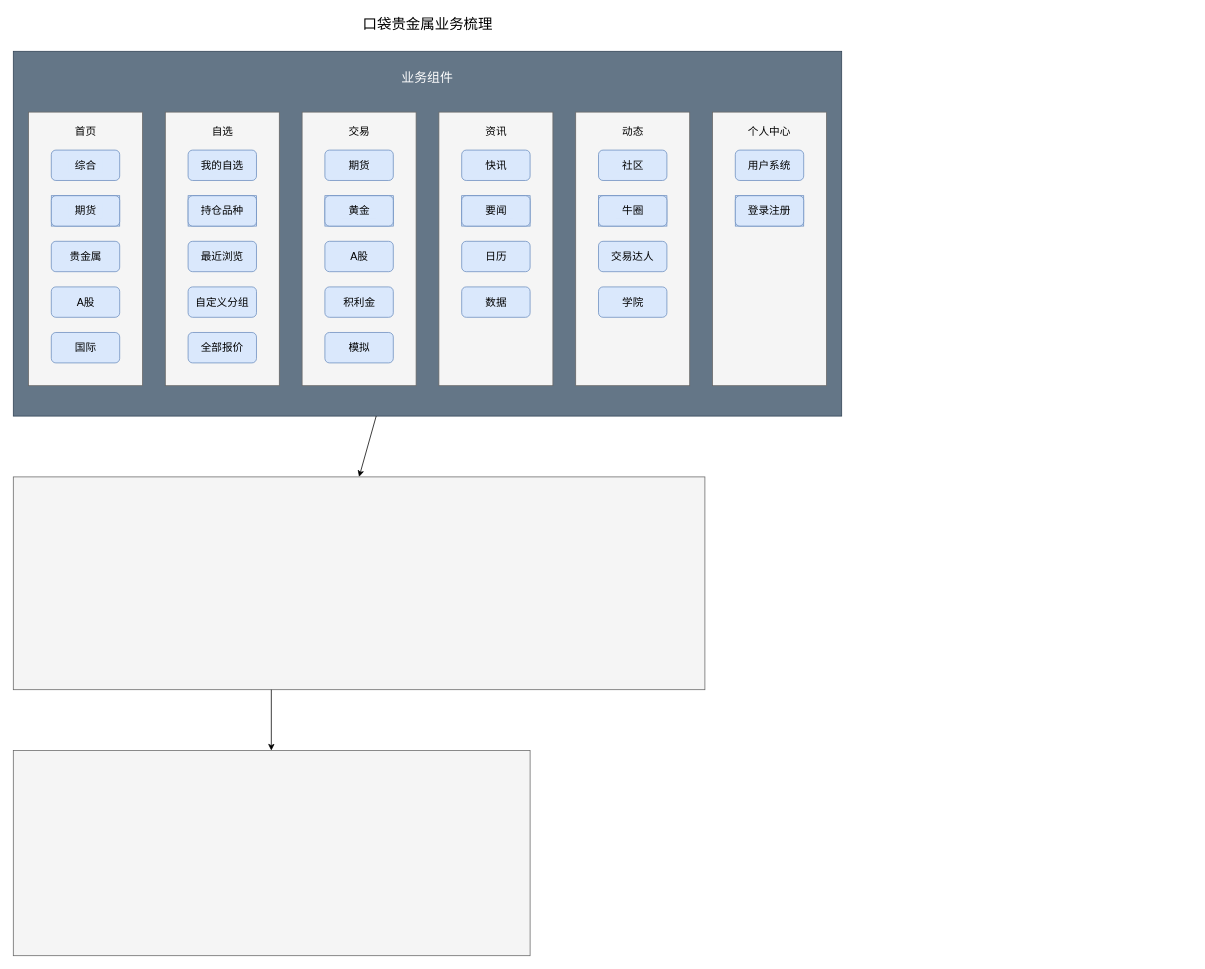
The draw.io diagram 口袋贵金属业务梳理.drawio in CY-0227/YC_Binary_Config, before the edit. Source tidied: cells renumbered, new cells numbered last; positions are measured from the earlier drawing's top-left corner, leaving out a move shared by most shapes. Both pictures are drawn from the tidied source at 76%, with x=0, y=0 at pixel (13, 13).
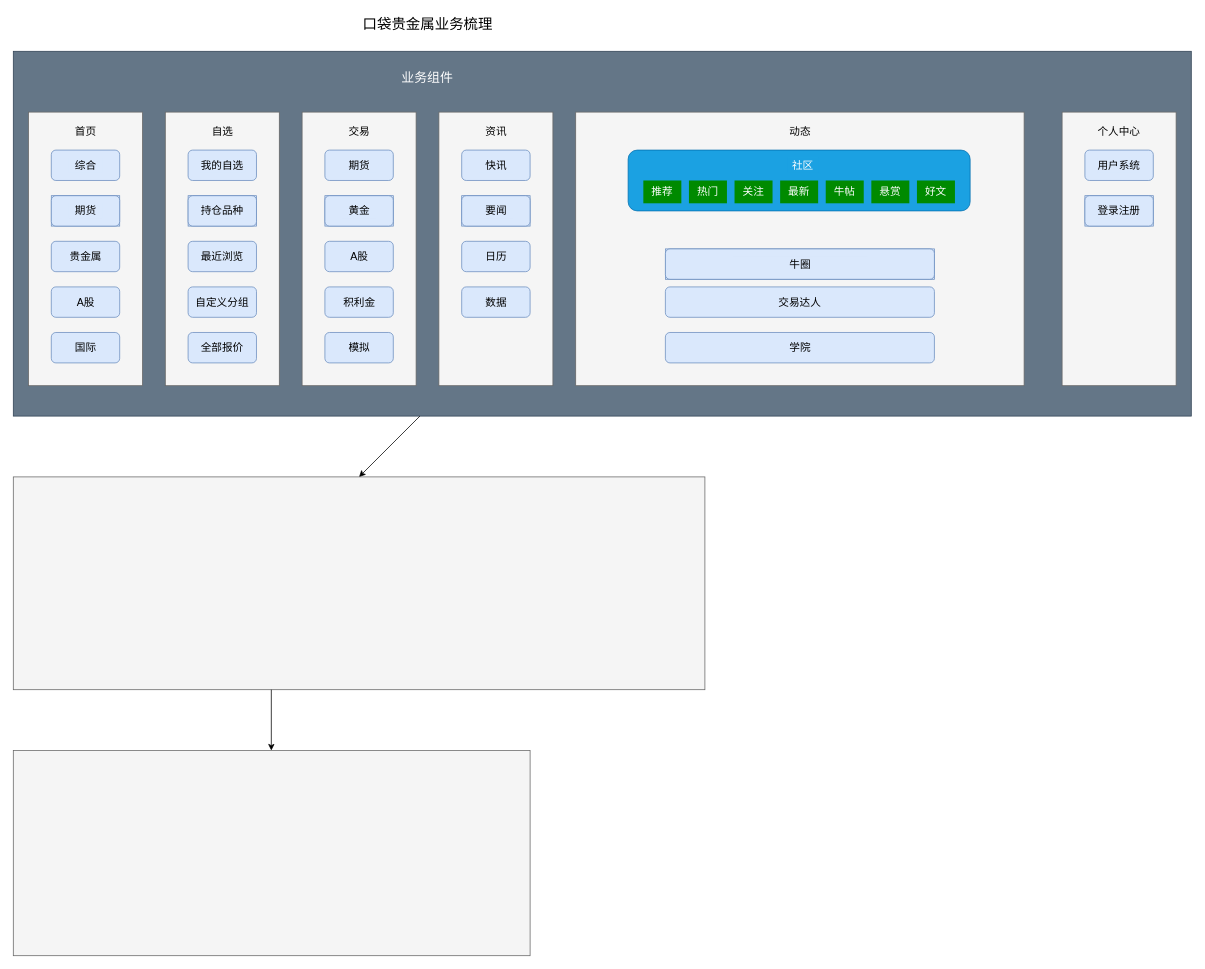
The same diagram, later.

Commit message (it also covers changes not shown here):
更新口袋贵金属业务梳理.drawio

Change to the diagram source:
```diff
@@
     <mxCell id="2" style="rounded=0;whiteSpace=wrap;html=1;fillColor=#647687;strokeColor=#314354;fontColor=#ffffff;" parent="1" vertex="1">
-      <mxGeometry y="50" width="1090" height="480" as="geometry" />
+      <mxGeometry y="50" width="1550" height="480" as="geometry" />
     </mxCell>
@@
     <mxCell id="79" style="group;" parent="1" vertex="1">
-      <mxGeometry x="740" y="130" width="150" height="360" as="geometry" />
+      <mxGeometry x="740" y="130" width="590" height="360" as="geometry" />
     </mxCell>
     <mxCell id="80" style="rounded=0;whiteSpace=wrap;html=1;fontSize=17;fontColor=#333333;fillColor=#f5f5f5;strokeColor=#666666;" parent="79" vertex="1">
-      <mxGeometry width="150" height="360" as="geometry" />
+      <mxGeometry width="590" height="360" as="geometry" />
     </mxCell>
     <mxCell id="81" value="&lt;font style=&quot;font-size: 14px&quot;&gt;动态&lt;/font&gt;" style="text;html=1;strokeColor=none;fillColor=none;align=center;verticalAlign=middle;whiteSpace=wrap;rounded=0;fontSize=17;fontColor=#000000;" parent="79" vertex="1">
-      <mxGeometry x="52.5" y="10" width="45" height="30" as="geometry" />
+      <mxGeometry x="206.5" y="10" width="177" height="30" as="geometry" />
     </mxCell>
+    <mxCell id="91" style="group;" parent="79" vertex="1">
+      <mxGeometry x="118" y="290" width="354" height="40" as="geometry" />
+    </mxCell>
+    <mxCell id="92" style="rounded=1;whiteSpace=wrap;html=1;fontSize=14;fillColor=#dae8fc;strokeColor=#6c8ebf;" parent="91" vertex="1">
+      <mxGeometry width="354" height="40" as="geometry" />
+    </mxCell>
+    <mxCell id="93" value="学院" style="text;html=1;strokeColor=none;fillColor=none;align=center;verticalAlign=middle;whiteSpace=wrap;rounded=0;fontSize=14;fontColor=#000000;" parent="91" vertex="1">
+      <mxGeometry x="88.5" y="10" width="177" height="20" as="geometry" />
+    </mxCell>
+    <mxCell id="88" style="group;" parent="79" vertex="1">
+      <mxGeometry x="118" y="230" width="354" height="40" as="geometry" />
+    </mxCell>
+    <mxCell id="89" style="rounded=1;whiteSpace=wrap;html=1;fontSize=14;fillColor=#dae8fc;strokeColor=#6c8ebf;" parent="88" vertex="1">
+      <mxGeometry width="354" height="40" as="geometry" />
+    </mxCell>
+    <mxCell id="90" value="交易达人" style="text;html=1;strokeColor=none;fillColor=none;align=center;verticalAlign=middle;whiteSpace=wrap;rounded=0;fontSize=14;fontColor=#000000;" parent="88" vertex="1">
+      <mxGeometry x="44.3" y="10" width="265.5" height="20" as="geometry" />
+    </mxCell>
+    <mxCell id="85" style="group;fillColor=#dae8fc;strokeColor=#6c8ebf;gradientColor=none;rounded=0;glass=0;" parent="79" vertex="1">
+      <mxGeometry x="118" y="180" width="354" height="40" as="geometry" />
+    </mxCell>
+    <mxCell id="86" style="rounded=1;whiteSpace=wrap;html=1;fontSize=14;fillColor=#dae8fc;strokeColor=#6c8ebf;" parent="85" vertex="1">
+      <mxGeometry width="354" height="40" as="geometry" />
+    </mxCell>
+    <mxCell id="87" value="牛圈" style="text;html=1;strokeColor=none;fillColor=#dae8fc;align=center;verticalAlign=middle;whiteSpace=wrap;rounded=0;fontSize=14;" parent="85" vertex="1">
+      <mxGeometry x="88.5" y="10" width="177" height="20" as="geometry" />
+    </mxCell>
     <mxCell id="82" style="group;" parent="79" vertex="1">
-      <mxGeometry x="30" y="50" width="90" height="40" as="geometry" />
+      <mxGeometry x="69" y="50" width="452" height="80" as="geometry" />
     </mxCell>
-    <mxCell id="83" style="rounded=1;whiteSpace=wrap;html=1;fontSize=14;fillColor=#dae8fc;strokeColor=#6c8ebf;" parent="82" vertex="1">
-      <mxGeometry width="90" height="40" as="geometry" />
+    <mxCell id="83" style="rounded=1;whiteSpace=wrap;html=1;fontSize=14;fillColor=#1ba1e2;strokeColor=#006EAF;fontColor=#ffffff;" parent="82" vertex="1">
+      <mxGeometry width="450" height="80" as="geometry" />
     </mxCell>
-    <mxCell id="84" value="社区" style="text;html=1;strokeColor=none;fillColor=#dae8fc;align=center;verticalAlign=middle;whiteSpace=wrap;rounded=0;fontSize=14;" parent="82" vertex="1">
-      <mxGeometry x="22.5" y="10" width="45" height="20" as="geometry" />
+    <mxCell id="84" value="社区" style="text;html=1;strokeColor=none;fillColor=#1ba1e2;align=center;verticalAlign=middle;whiteSpace=wrap;rounded=0;fontSize=14;fontColor=#ffffff;spacing=0;" parent="82" vertex="1">
+      <mxGeometry x="210" y="10" width="40" height="20" as="geometry" />
     </mxCell>
-    <mxCell id="85" style="group;fillColor=#dae8fc;strokeColor=#6c8ebf;gradientColor=none;rounded=0;glass=0;" parent="79" vertex="1">
-      <mxGeometry x="30" y="110" width="90" height="40" as="geometry" />
-    </mxCell>
-    <mxCell id="86" style="rounded=1;whiteSpace=wrap;html=1;fontSize=14;fillColor=#dae8fc;strokeColor=#6c8ebf;" parent="85" vertex="1">
-      <mxGeometry width="90" height="40" as="geometry" />
-    </mxCell>
-    <mxCell id="87" value="牛圈" style="text;html=1;strokeColor=none;fillColor=#dae8fc;align=center;verticalAlign=middle;whiteSpace=wrap;rounded=0;fontSize=14;" parent="85" vertex="1">
-      <mxGeometry x="22.5" y="10" width="45" height="20" as="geometry" />
-    </mxCell>
-    <mxCell id="88" style="group;" parent="79" vertex="1">
-      <mxGeometry x="30" y="170" width="90" height="40" as="geometry" />
-    </mxCell>
-    <mxCell id="89" style="rounded=1;whiteSpace=wrap;html=1;fontSize=14;fillColor=#dae8fc;strokeColor=#6c8ebf;" parent="88" vertex="1">
-      <mxGeometry width="90" height="40" as="geometry" />
-    </mxCell>
-    <mxCell id="90" value="交易达人" style="text;html=1;strokeColor=none;fillColor=none;align=center;verticalAlign=middle;whiteSpace=wrap;rounded=0;fontSize=14;fontColor=#000000;" parent="88" vertex="1">
-      <mxGeometry x="11.2" y="10" width="67.5" height="20" as="geometry" />
-    </mxCell>
-    <mxCell id="91" style="group;" parent="79" vertex="1">
-      <mxGeometry x="30" y="230" width="90" height="40" as="geometry" />
-    </mxCell>
-    <mxCell id="92" style="rounded=1;whiteSpace=wrap;html=1;fontSize=14;fillColor=#dae8fc;strokeColor=#6c8ebf;" parent="91" vertex="1">
-      <mxGeometry width="90" height="40" as="geometry" />
-    </mxCell>
-    <mxCell id="93" value="学院" style="text;html=1;strokeColor=none;fillColor=none;align=center;verticalAlign=middle;whiteSpace=wrap;rounded=0;fontSize=14;fontColor=#000000;" parent="91" vertex="1">
-      <mxGeometry x="22.5" y="10" width="45" height="20" as="geometry" />
-    </mxCell>
+    <mxCell id="103" value="推荐" style="text;html=1;strokeColor=none;fillColor=#008a00;align=center;verticalAlign=middle;whiteSpace=wrap;rounded=0;glass=0;fontSize=14;fontColor=#ffffff;" parent="82" vertex="1">
+      <mxGeometry x="20" y="40" width="50" height="30" as="geometry" />
+    </mxCell>
+    <mxCell id="104" value="热门" style="text;html=1;strokeColor=none;fillColor=#008a00;align=center;verticalAlign=middle;whiteSpace=wrap;rounded=0;glass=0;fontSize=14;fontColor=#ffffff;" parent="82" vertex="1">
+      <mxGeometry x="80" y="40" width="50" height="30" as="geometry" />
+    </mxCell>
+    <mxCell id="105" value="关注" style="text;html=1;strokeColor=none;fillColor=#008a00;align=center;verticalAlign=middle;whiteSpace=wrap;rounded=0;glass=0;fontSize=14;fontColor=#ffffff;" parent="82" vertex="1">
+      <mxGeometry x="140" y="40" width="50" height="30" as="geometry" />
+    </mxCell>
+    <mxCell id="106" value="最新" style="text;html=1;strokeColor=none;fillColor=#008a00;align=center;verticalAlign=middle;whiteSpace=wrap;rounded=0;glass=0;fontSize=14;fontColor=#ffffff;" parent="82" vertex="1">
+      <mxGeometry x="200" y="40" width="50" height="30" as="geometry" />
+    </mxCell>
+    <mxCell id="107" value="牛帖" style="text;html=1;strokeColor=none;fillColor=#008a00;align=center;verticalAlign=middle;whiteSpace=wrap;rounded=0;glass=0;fontSize=14;fontColor=#ffffff;" parent="82" vertex="1">
+      <mxGeometry x="260" y="40" width="50" height="30" as="geometry" />
+    </mxCell>
+    <mxCell id="108" value="悬赏" style="text;html=1;strokeColor=none;fillColor=#008a00;align=center;verticalAlign=middle;whiteSpace=wrap;rounded=0;glass=0;fontSize=14;fontColor=#ffffff;" parent="82" vertex="1">
+      <mxGeometry x="320" y="40" width="50" height="30" as="geometry" />
+    </mxCell>
+    <mxCell id="109" value="好文" style="text;html=1;strokeColor=none;fillColor=#008a00;align=center;verticalAlign=middle;whiteSpace=wrap;rounded=0;glass=0;fontSize=14;fontColor=#ffffff;" parent="82" vertex="1">
+      <mxGeometry x="380" y="40" width="50" height="30" as="geometry" />
+    </mxCell>
     <mxCell id="94" style="group;" parent="1" vertex="1">
-      <mxGeometry x="920" y="130" width="150" height="360" as="geometry" />
+      <mxGeometry x="1380" y="130" width="150" height="360" as="geometry" />
     </mxCell>
```
